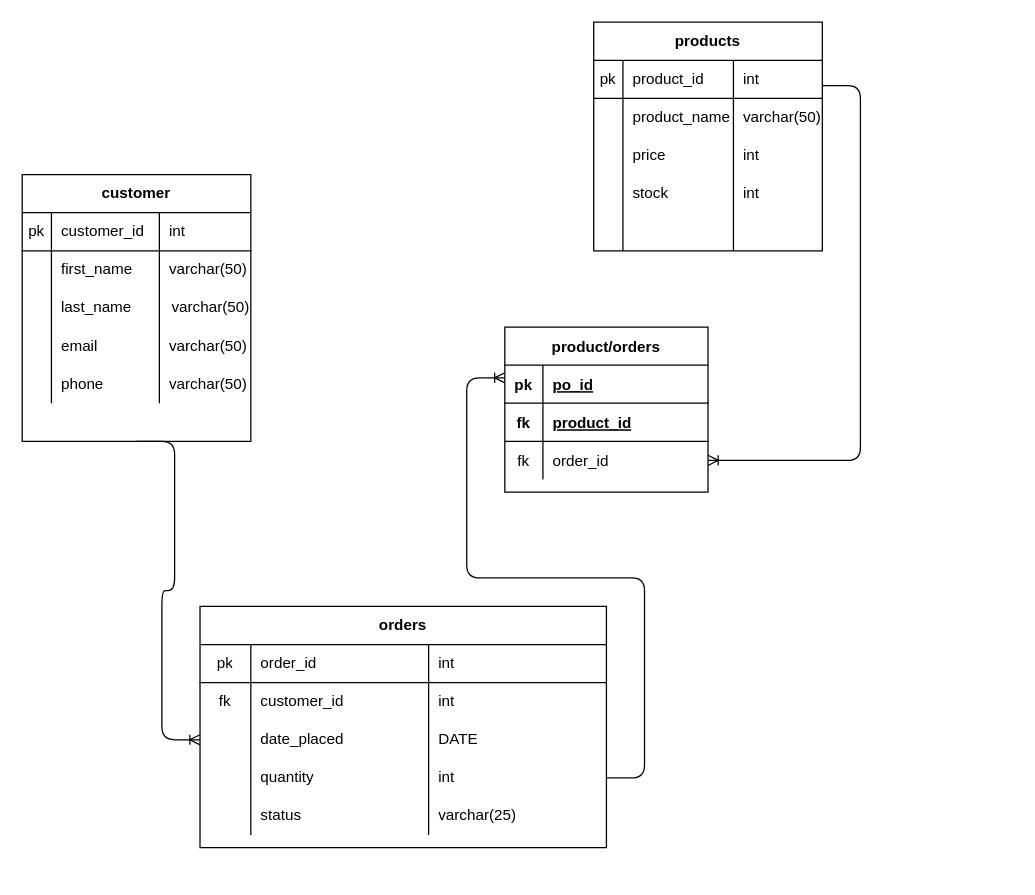
This is ERD/Untitled Diagram.drawio from skeletoro/sqlscripts, a draw.io file, before an edit. Source tidied: cells renumbered, new cells numbered last; positions are measured from the earlier drawing's top-left corner, leaving out a move shared by most shapes. Both pictures are drawn from the tidied source at 127%, with x=0, y=0 at pixel (22, 22).
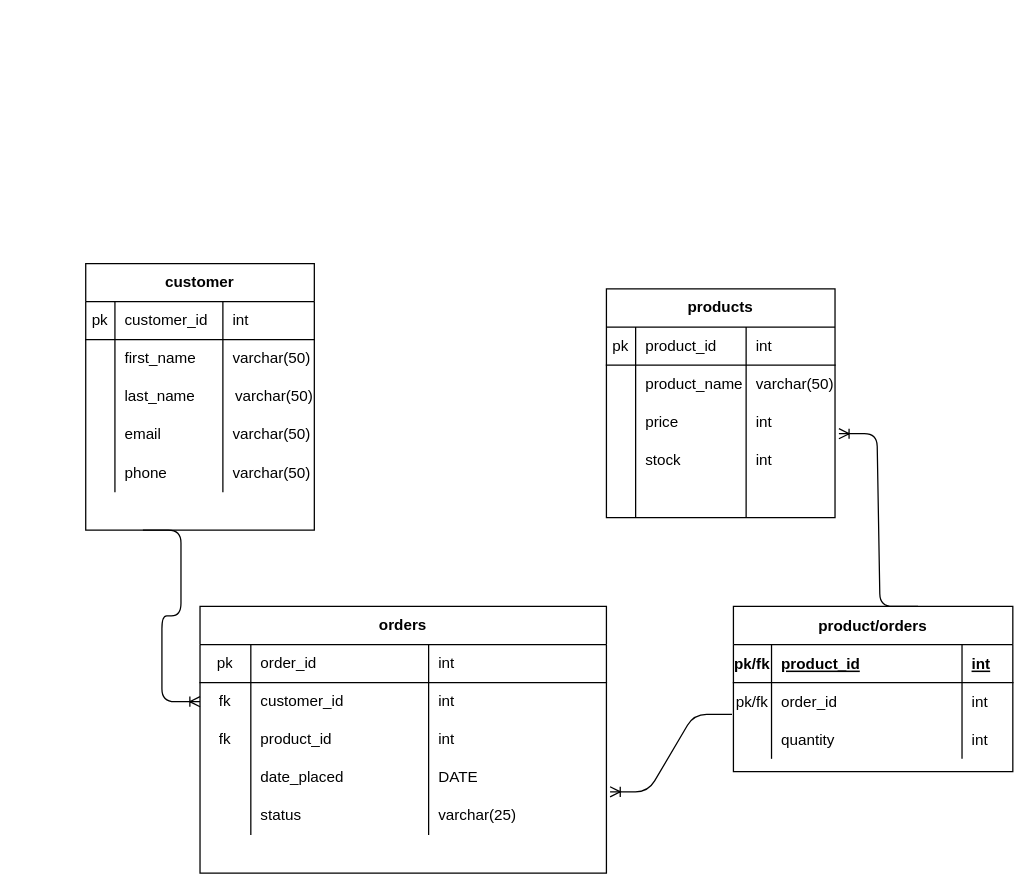
After the change.

Unchanged cells that the change refers to:
```xml
<mxCell id="53" style="shape=partialRectangle;html=1;whiteSpace=wrap;fillColor=none;top=0;left=0;bottom=0;right=0;points=[[0,0.5],[1,0.5]];portConstraint=eastwest;" parent="44" vertex="1">
  <mxGeometry y="90" width="180" height="30" as="geometry" />
</mxCell>
```

The edit, as a diff of the source:
```diff
@@
     <mxCell id="2" value="orders" style="shape=table;html=1;whiteSpace=wrap;startSize=30;childLayout=tableLayout;rowLines=0;fontStyle=1;align=center;" parent="1" vertex="1">
-      <mxGeometry x="140" y="460" width="320" height="190" as="geometry" />
+      <mxGeometry x="140" y="460" width="320" height="210" as="geometry" />
     </mxCell>
@@
+    <mxCell id="79" style="shape=partialRectangle;html=1;whiteSpace=wrap;fillColor=none;top=0;left=0;bottom=0;right=0;points=[[0,0.5],[1,0.5]];portConstraint=eastwest;" parent="2" vertex="1">
+      <mxGeometry y="60" width="320" height="30" as="geometry" />
+    </mxCell>
+    <mxCell id="80" value="fk" style="shape=partialRectangle;html=1;whiteSpace=wrap;fillColor=none;top=0;left=0;bottom=0;right=0;overflow=hidden;" parent="79" vertex="1">
+      <mxGeometry width="40" height="30" as="geometry" />
+    </mxCell>
+    <mxCell id="81" value="customer_id" style="shape=partialRectangle;html=1;whiteSpace=wrap;fillColor=none;top=0;left=0;bottom=0;right=0;align=left;spacingLeft=6;overflow=hidden;" parent="79" vertex="1">
+      <mxGeometry x="40" width="140" height="30" as="geometry" />
+    </mxCell>
+    <mxCell id="18" value="int" style="shape=partialRectangle;html=1;whiteSpace=wrap;fillColor=none;top=0;left=0;bottom=0;right=0;align=left;spacingLeft=6;overflow=hidden;" parent="79" vertex="1">
+      <mxGeometry x="180" width="140" height="30" as="geometry" />
+    </mxCell>
     <mxCell id="7" style="shape=partialRectangle;html=1;whiteSpace=wrap;fillColor=none;top=0;left=0;bottom=0;right=0;" parent="2" vertex="1">
-      <mxGeometry y="60" width="320" height="30" as="geometry" />
+      <mxGeometry y="90" width="320" height="30" as="geometry" />
     </mxCell>
@@
-    <mxCell id="9" value="customer_id" style="shape=partialRectangle;html=1;whiteSpace=wrap;fillColor=none;top=0;left=0;bottom=0;right=0;align=left;spacingLeft=6;overflow=hidden;" parent="7" vertex="1">
+    <mxCell id="9" value="product_id" style="shape=partialRectangle;html=1;whiteSpace=wrap;fillColor=none;top=0;left=0;bottom=0;right=0;align=left;spacingLeft=6;overflow=hidden;" parent="7" vertex="1">
       <mxGeometry x="40" width="140" height="30" as="geometry" />
     </mxCell>
@@
     <mxCell id="11" style="shape=partialRectangle;html=1;whiteSpace=wrap;fillColor=none;top=0;left=0;bottom=0;right=0;points=[[0,0.5],[1,0.5]];portConstraint=eastwest;" parent="2" vertex="1">
-      <mxGeometry y="90" width="320" height="30" as="geometry" />
+      <mxGeometry y="120" width="320" height="30" as="geometry" />
     </mxCell>
@@
-    <mxCell id="15" style="shape=partialRectangle;html=1;whiteSpace=wrap;fillColor=none;top=0;left=0;bottom=0;right=0;points=[[0,0.5],[1,0.5]];portConstraint=eastwest;" parent="2" vertex="1">
-      <mxGeometry y="120" width="320" height="30" as="geometry" />
-    </mxCell>
-    <mxCell id="16" style="shape=partialRectangle;html=1;whiteSpace=wrap;fillColor=none;top=0;left=0;bottom=0;right=0;overflow=hidden;" parent="15" vertex="1">
-      <mxGeometry width="40" height="30" as="geometry" />
-    </mxCell>
-    <mxCell id="17" value="quantity" style="shape=partialRectangle;html=1;whiteSpace=wrap;fillColor=none;top=0;left=0;bottom=0;right=0;align=left;spacingLeft=6;overflow=hidden;" parent="15" vertex="1">
-      <mxGeometry x="40" width="140" height="30" as="geometry" />
-    </mxCell>
-    <mxCell id="18" value="int" style="shape=partialRectangle;html=1;whiteSpace=wrap;fillColor=none;top=0;left=0;bottom=0;right=0;align=left;spacingLeft=6;overflow=hidden;" parent="15" vertex="1">
-      <mxGeometry x="180" width="140" height="30" as="geometry" />
-    </mxCell>
@@
     <mxCell id="23" value="customer" style="shape=table;html=1;whiteSpace=wrap;startSize=30;childLayout=tableLayout;rowLines=0;fontStyle=1;align=center;" parent="1" vertex="1">
-      <mxGeometry y="120" width="180" height="210" as="geometry" />
+      <mxGeometry x="50" y="190" width="180" height="210" as="geometry" />
     </mxCell>
@@
     <mxCell id="44" value="products" style="shape=table;html=1;whiteSpace=wrap;startSize=30;childLayout=tableLayout;rowLines=0;fontStyle=1;align=center;" parent="1" vertex="1">
-      <mxGeometry x="450" width="180" height="180" as="geometry" />
+      <mxGeometry x="460" y="210" width="180" height="180" as="geometry" />
     </mxCell>
@@
+    <mxCell id="82" style="edgeStyle=entityRelationEdgeStyle;fontSize=12;html=1;endArrow=ERoneToMany;exitX=0.25;exitY=1;exitDx=0;exitDy=0;entryX=0;entryY=0.5;entryDx=0;entryDy=0;" parent="1" edge="1" source="23" target="79">
+      <mxGeometry relative="1" as="geometry" />
+    </mxCell>
     <mxCell id="65" value="&lt;span&gt;varchar(50)&lt;/span&gt;" style="shape=partialRectangle;html=1;whiteSpace=wrap;fillColor=none;top=0;left=0;bottom=0;right=0;align=left;spacingLeft=6;overflow=hidden;" parent="1" vertex="1">
-      <mxGeometry x="110" y="210" width="109" height="30" as="geometry" />
+      <mxGeometry x="160" y="280" width="109" height="30" as="geometry" />
     </mxCell>
     <mxCell id="66" value="product/orders" style="shape=table;startSize=30;childLayout=tableLayout;rowLines=0;fontStyle=1;align=center;" parent="1" vertex="1">
-      <mxGeometry x="380" y="240" width="160" height="130" as="geometry" />
+      <mxGeometry x="560" y="460" width="220" height="130" as="geometry" />
     </mxCell>
-    <mxCell id="67" style="shape=partialRectangle;fillColor=none;top=0;left=0;bottom=1;right=0;" parent="66" vertex="1">
-      <mxGeometry y="30" width="160" height="30" as="geometry" />
-    </mxCell>
-    <mxCell id="68" value="pk" style="shape=partialRectangle;fillColor=none;top=0;left=0;bottom=0;right=0;fontStyle=1;overflow=hidden;" parent="67" vertex="1">
-      <mxGeometry width="30" height="30" as="geometry" />
-    </mxCell>
-    <mxCell id="69" value="po_id" style="shape=partialRectangle;fillColor=none;top=0;left=0;bottom=0;right=0;align=left;spacingLeft=6;fontStyle=5;overflow=hidden;" parent="67" vertex="1">
-      <mxGeometry x="30" width="130" height="30" as="geometry" />
-    </mxCell>
     <mxCell id="70" style="shape=partialRectangle;fillColor=none;top=0;left=0;bottom=1;right=0;" parent="66" vertex="1">
-      <mxGeometry y="60" width="160" height="30" as="geometry" />
+      <mxGeometry y="30" width="220" height="30" as="geometry" />
     </mxCell>
-    <mxCell id="71" value="fk" style="shape=partialRectangle;fillColor=none;top=0;left=0;bottom=0;right=0;fontStyle=1;overflow=hidden;" parent="70" vertex="1">
+    <mxCell id="71" value="pk/fk" style="shape=partialRectangle;fillColor=none;top=0;left=0;bottom=0;right=0;fontStyle=1;overflow=hidden;" parent="70" vertex="1">
       <mxGeometry width="30" height="30" as="geometry" />
     </mxCell>
     <mxCell id="72" value="product_id" style="shape=partialRectangle;fillColor=none;top=0;left=0;bottom=0;right=0;align=left;spacingLeft=6;fontStyle=5;overflow=hidden;" parent="70" vertex="1">
-      <mxGeometry x="30" width="130" height="30" as="geometry" />
+      <mxGeometry x="30" width="150" height="30" as="geometry" />
     </mxCell>
+    <mxCell id="83" value="int" style="shape=partialRectangle;fillColor=none;top=0;left=0;bottom=0;right=0;align=left;spacingLeft=6;fontStyle=5;overflow=hidden;" parent="70" vertex="1">
+      <mxGeometry x="180" width="40" height="30" as="geometry" />
+    </mxCell>
     <mxCell id="73" style="shape=partialRectangle;fillColor=none;top=0;left=0;bottom=0;right=0;points=[[0,0.5],[1,0.5]];portConstraint=eastwest;" parent="66" vertex="1">
-      <mxGeometry y="90" width="160" height="30" as="geometry" />
+      <mxGeometry y="60" width="220" height="30" as="geometry" />
     </mxCell>
-    <mxCell id="74" value="fk" style="shape=partialRectangle;fillColor=none;top=0;left=0;bottom=0;right=0;overflow=hidden;" parent="73" vertex="1">
+    <mxCell id="74" value="pk/fk" style="shape=partialRectangle;fillColor=none;top=0;left=0;bottom=0;right=0;overflow=hidden;" parent="73" vertex="1">
       <mxGeometry width="30" height="30" as="geometry" />
     </mxCell>
     <mxCell id="75" value="order_id" style="shape=partialRectangle;fillColor=none;top=0;left=0;bottom=0;right=0;align=left;spacingLeft=6;overflow=hidden;" parent="73" vertex="1">
-      <mxGeometry x="30" width="130" height="30" as="geometry" />
+      <mxGeometry x="30" width="150" height="30" as="geometry" />
     </mxCell>
+    <mxCell id="84" value="int" style="shape=partialRectangle;fillColor=none;top=0;left=0;bottom=0;right=0;align=left;spacingLeft=6;overflow=hidden;" parent="73" vertex="1">
+      <mxGeometry x="180" width="40" height="30" as="geometry" />
+    </mxCell>
+    <mxCell id="85" style="shape=partialRectangle;fillColor=none;top=0;left=0;bottom=0;right=0;" parent="66" vertex="1">
+      <mxGeometry y="90" width="220" height="30" as="geometry" />
+    </mxCell>
+    <mxCell id="86" style="shape=partialRectangle;fillColor=none;top=0;left=0;bottom=0;right=0;overflow=hidden;" parent="85" vertex="1">
+      <mxGeometry width="30" height="30" as="geometry" />
+    </mxCell>
+    <mxCell id="17" value="quantity" style="shape=partialRectangle;fillColor=none;top=0;left=0;bottom=0;right=0;align=left;spacingLeft=6;overflow=hidden;" parent="85" vertex="1">
+      <mxGeometry x="30" width="150" height="30" as="geometry" />
+    </mxCell>
+    <mxCell id="87" value="int" style="shape=partialRectangle;fillColor=none;top=0;left=0;bottom=0;right=0;align=left;spacingLeft=6;overflow=hidden;" parent="85" vertex="1">
+      <mxGeometry x="180" width="40" height="30" as="geometry" />
+    </mxCell>
-    <mxCell id="76" style="edgeStyle=entityRelationEdgeStyle;fontSize=12;html=1;endArrow=ERoneToMany;entryX=1;entryY=0.5;entryDx=0;entryDy=0;" parent="1" edge="1" target="73">
-      <mxGeometry relative="1" as="geometry">
-        <mxPoint x="630" y="50" as="sourcePoint" />
-      </mxGeometry>
+    <mxCell id="76" style="edgeStyle=entityRelationEdgeStyle;fontSize=12;html=1;endArrow=ERoneToMany;exitX=0.661;exitY=0;exitDx=0;exitDy=0;exitPerimeter=0;entryX=1.017;entryY=0.8;entryDx=0;entryDy=0;entryPerimeter=0;" parent="1" edge="1" source="66" target="53">
+      <mxGeometry relative="1" as="geometry" />
     </mxCell>
-    <mxCell id="77" style="edgeStyle=entityRelationEdgeStyle;fontSize=12;html=1;endArrow=ERoneToMany;exitX=1;exitY=0.5;exitDx=0;exitDy=0;" parent="1" edge="1" source="15">
-      <mxGeometry relative="1" as="geometry">
-        <mxPoint x="380" y="280" as="targetPoint" />
-      </mxGeometry>
+    <mxCell id="77" style="edgeStyle=entityRelationEdgeStyle;fontSize=12;html=1;endArrow=ERoneToMany;entryX=1.009;entryY=0.867;entryDx=0;entryDy=0;entryPerimeter=0;exitX=-0.005;exitY=0.833;exitDx=0;exitDy=0;exitPerimeter=0;" parent="1" edge="1" source="73" target="11">
+      <mxGeometry relative="1" as="geometry" />
     </mxCell>
-    <mxCell id="78" style="edgeStyle=entityRelationEdgeStyle;fontSize=12;html=1;endArrow=ERoneToMany;exitX=0.5;exitY=1;exitDx=0;exitDy=0;entryX=0;entryY=0.5;entryDx=0;entryDy=0;" parent="1" edge="1" source="23" target="11">
-      <mxGeometry relative="1" as="geometry" />
-    </mxCell>
```
